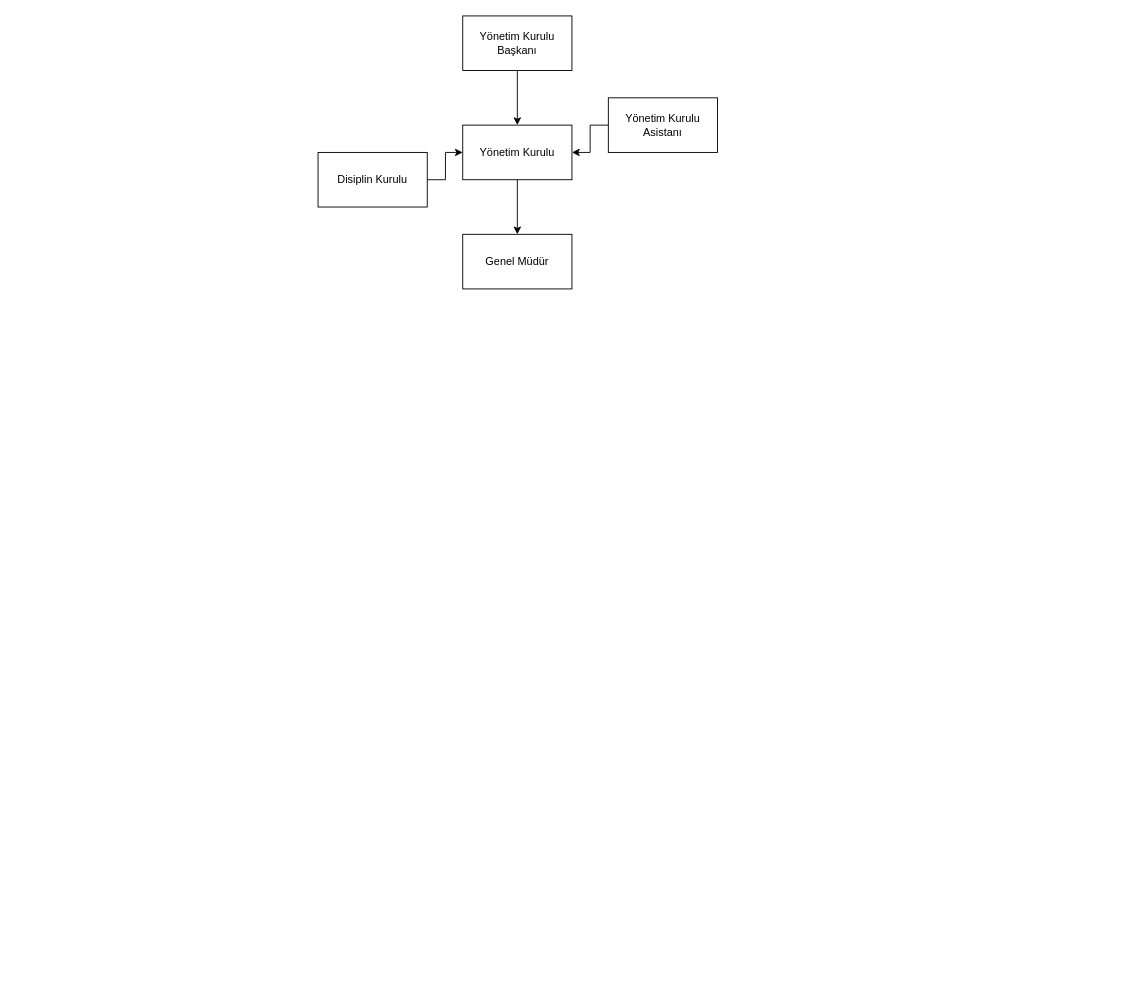
Above: Untitled Diagram.drawio in BugraGulmez/Draw.io (draw.io), before the change. Source tidied: cells renumbered, new cells numbered last; positions are measured from the earlier drawing's top-left corner, leaving out a move shared by most shapes. Both pictures are drawn from the tidied source at 91%, with x=0, y=0 at pixel (318, 15).
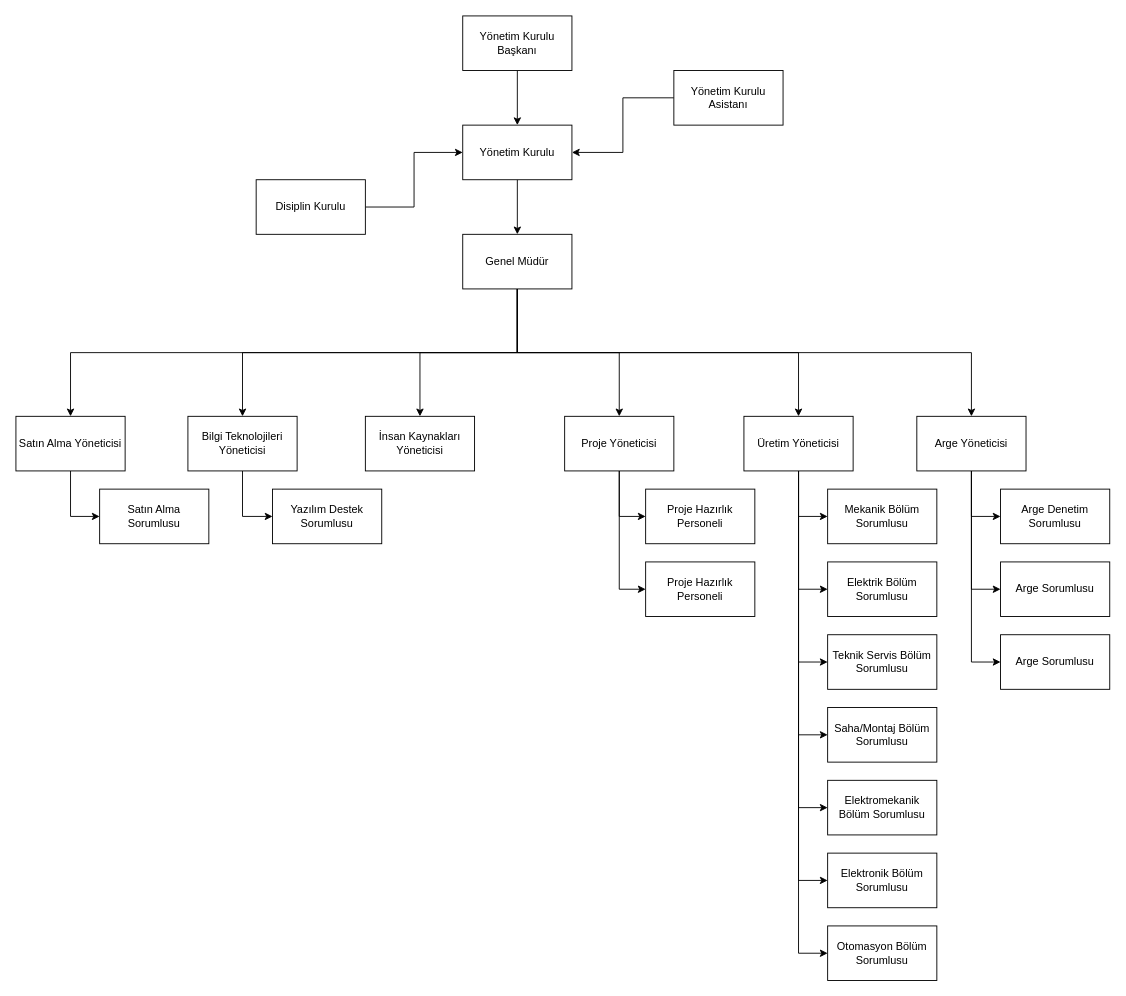
The same diagram, later.

Unchanged cells that the change refers to:
```xml
<mxCell id="10" value="Genel Müdür" style="rounded=0;whiteSpace=wrap;html=1;" parent="1" vertex="1">
  <mxGeometry x="159" y="240" width="120" height="60" as="geometry" />
</mxCell>
```

Diff of the diagram source:
```diff
@@
     <mxCell id="7" value="Disiplin Kurulu" style="rounded=0;whiteSpace=wrap;html=1;" parent="1" vertex="1">
-      <mxGeometry y="150" width="120" height="60" as="geometry" />
+      <mxGeometry x="-68" y="180" width="120" height="60" as="geometry" />
     </mxCell>
@@
     <mxCell id="9" value="Yönetim Kurulu Asistanı" style="rounded=0;whiteSpace=wrap;html=1;" parent="1" vertex="1">
-      <mxGeometry x="319" y="90" width="120" height="60" as="geometry" />
+      <mxGeometry x="391" y="60" width="120" height="60" as="geometry" />
     </mxCell>
+    <mxCell id="11" style="edgeStyle=orthogonalEdgeStyle;rounded=0;jettySize=auto;html=1;entryX=0.5;entryY=0;entryDx=0;entryDy=0;" parent="1" edge="1" source="10" target="35">
+      <mxGeometry relative="1" as="geometry">
+        <Array as="points">
+          <mxPoint x="219" y="370" />
+          <mxPoint x="-272" y="370" />
+        </Array>
+      </mxGeometry>
+    </mxCell>
+    <mxCell id="12" style="edgeStyle=orthogonalEdgeStyle;rounded=0;jettySize=auto;html=1;entryX=0.5;entryY=0;entryDx=0;entryDy=0;" parent="1" edge="1" source="10" target="18">
+      <mxGeometry relative="1" as="geometry">
+        <Array as="points">
+          <mxPoint x="219" y="370" />
+          <mxPoint x="-83" y="370" />
+        </Array>
+      </mxGeometry>
+    </mxCell>
+    <mxCell id="13" style="edgeStyle=orthogonalEdgeStyle;rounded=0;jettySize=auto;html=1;entryX=0.5;entryY=0;entryDx=0;entryDy=0;" parent="1" edge="1" source="10" target="36">
+      <mxGeometry relative="1" as="geometry" />
+    </mxCell>
+    <mxCell id="14" style="edgeStyle=orthogonalEdgeStyle;rounded=0;jettySize=auto;html=1;entryX=0.5;entryY=0;entryDx=0;entryDy=0;" parent="1" edge="1" source="10" target="25">
+      <mxGeometry relative="1" as="geometry" />
+    </mxCell>
+    <mxCell id="15" style="edgeStyle=orthogonalEdgeStyle;rounded=0;jettySize=auto;html=1;entryX=0.5;entryY=0;entryDx=0;entryDy=0;" parent="1" edge="1" source="10" target="33">
+      <mxGeometry relative="1" as="geometry">
+        <Array as="points">
+          <mxPoint x="219" y="370" />
+          <mxPoint x="528" y="370" />
+        </Array>
+      </mxGeometry>
+    </mxCell>
+    <mxCell id="16" style="edgeStyle=orthogonalEdgeStyle;rounded=0;jettySize=auto;html=1;entryX=0.5;entryY=0;entryDx=0;entryDy=0;" parent="1" edge="1" source="10" target="22">
+      <mxGeometry relative="1" as="geometry">
+        <Array as="points">
+          <mxPoint x="219" y="370" />
+          <mxPoint x="718" y="370" />
+        </Array>
+      </mxGeometry>
+    </mxCell>
@@
+    <mxCell id="17" style="edgeStyle=orthogonalEdgeStyle;rounded=0;jettySize=auto;html=1;entryX=0;entryY=0.5;entryDx=0;entryDy=0;" parent="1" edge="1" source="18" target="48">
+      <mxGeometry relative="1" as="geometry" />
+    </mxCell>
+    <mxCell id="18" value="Bilgi Teknolojileri Yöneticisi" style="rounded=0;whiteSpace=wrap;html=1;" parent="1" vertex="1">
+      <mxGeometry x="-143" y="440" width="120" height="60" as="geometry" />
+    </mxCell>
+    <mxCell id="19" style="edgeStyle=orthogonalEdgeStyle;rounded=0;jettySize=auto;html=1;entryX=0;entryY=0.5;entryDx=0;entryDy=0;" parent="1" edge="1" source="22" target="37">
+      <mxGeometry relative="1" as="geometry" />
+    </mxCell>
+    <mxCell id="20" style="edgeStyle=orthogonalEdgeStyle;rounded=0;jettySize=auto;html=1;entryX=0;entryY=0.5;entryDx=0;entryDy=0;" parent="1" edge="1" source="22" target="38">
+      <mxGeometry relative="1" as="geometry" />
+    </mxCell>
+    <mxCell id="21" style="edgeStyle=orthogonalEdgeStyle;rounded=0;jettySize=auto;html=1;entryX=0;entryY=0.5;entryDx=0;entryDy=0;" parent="1" edge="1" source="22" target="39">
+      <mxGeometry relative="1" as="geometry" />
+    </mxCell>
+    <mxCell id="22" value="Arge Yöneticisi" style="rounded=0;whiteSpace=wrap;html=1;" parent="1" vertex="1">
+      <mxGeometry x="658" y="440" width="120" height="60" as="geometry" />
+    </mxCell>
+    <mxCell id="23" style="edgeStyle=orthogonalEdgeStyle;rounded=0;jettySize=auto;html=1;entryX=0;entryY=0.5;entryDx=0;entryDy=0;" parent="1" edge="1" source="25" target="49">
+      <mxGeometry relative="1" as="geometry" />
+    </mxCell>
+    <mxCell id="24" style="edgeStyle=orthogonalEdgeStyle;rounded=0;jettySize=auto;html=1;entryX=0;entryY=0.5;entryDx=0;entryDy=0;" parent="1" edge="1" source="25" target="50">
+      <mxGeometry relative="1" as="geometry" />
+    </mxCell>
+    <mxCell id="25" value="Proje Yöneticisi" style="rounded=0;whiteSpace=wrap;html=1;" parent="1" vertex="1">
+      <mxGeometry x="271" y="440" width="120" height="60" as="geometry" />
+    </mxCell>
+    <mxCell id="26" style="edgeStyle=orthogonalEdgeStyle;rounded=0;jettySize=auto;html=1;entryX=0;entryY=0.5;entryDx=0;entryDy=0;" parent="1" edge="1" source="33" target="40">
+      <mxGeometry relative="1" as="geometry" />
+    </mxCell>
+    <mxCell id="27" style="edgeStyle=orthogonalEdgeStyle;rounded=0;jettySize=auto;html=1;entryX=0;entryY=0.5;entryDx=0;entryDy=0;" parent="1" edge="1" source="33" target="41">
+      <mxGeometry relative="1" as="geometry" />
+    </mxCell>
+    <mxCell id="28" style="edgeStyle=orthogonalEdgeStyle;rounded=0;jettySize=auto;html=1;entryX=0;entryY=0.5;entryDx=0;entryDy=0;" parent="1" edge="1" source="33" target="42">
+      <mxGeometry relative="1" as="geometry" />
+    </mxCell>
+    <mxCell id="29" style="edgeStyle=orthogonalEdgeStyle;rounded=0;jettySize=auto;html=1;entryX=0;entryY=0.5;entryDx=0;entryDy=0;" parent="1" edge="1" source="33" target="44">
+      <mxGeometry relative="1" as="geometry" />
+    </mxCell>
+    <mxCell id="30" style="edgeStyle=orthogonalEdgeStyle;rounded=0;jettySize=auto;html=1;entryX=0;entryY=0.5;entryDx=0;entryDy=0;" parent="1" edge="1" source="33" target="43">
+      <mxGeometry relative="1" as="geometry" />
+    </mxCell>
+    <mxCell id="31" style="edgeStyle=orthogonalEdgeStyle;rounded=0;jettySize=auto;html=1;entryX=0;entryY=0.5;entryDx=0;entryDy=0;" parent="1" edge="1" source="33" target="45">
+      <mxGeometry relative="1" as="geometry" />
+    </mxCell>
+    <mxCell id="32" style="edgeStyle=orthogonalEdgeStyle;rounded=0;jettySize=auto;html=1;entryX=0;entryY=0.5;entryDx=0;entryDy=0;" parent="1" edge="1" source="33" target="46">
+      <mxGeometry relative="1" as="geometry" />
+    </mxCell>
+    <mxCell id="33" value="Üretim Yöneticisi" style="rounded=0;whiteSpace=wrap;html=1;" parent="1" vertex="1">
+      <mxGeometry x="468" y="440" width="120" height="60" as="geometry" />
+    </mxCell>
+    <mxCell id="34" style="edgeStyle=orthogonalEdgeStyle;rounded=0;jettySize=auto;html=1;entryX=0;entryY=0.5;entryDx=0;entryDy=0;" parent="1" edge="1" source="35" target="47">
+      <mxGeometry relative="1" as="geometry" />
+    </mxCell>
+    <mxCell id="35" value="Satın Alma Yöneticisi" style="rounded=0;whiteSpace=wrap;html=1;" parent="1" vertex="1">
+      <mxGeometry x="-332" y="440" width="120" height="60" as="geometry" />
+    </mxCell>
+    <mxCell id="36" value="İnsan Kaynakları Yöneticisi" style="rounded=0;whiteSpace=wrap;html=1;" parent="1" vertex="1">
+      <mxGeometry x="52" y="440" width="120" height="60" as="geometry" />
+    </mxCell>
+    <mxCell id="37" value="Arge Denetim Sorumlusu" style="rounded=0;whiteSpace=wrap;html=1;" parent="1" vertex="1">
+      <mxGeometry x="750" y="520" width="120" height="60" as="geometry" />
+    </mxCell>
+    <mxCell id="38" value="Arge Sorumlusu" style="rounded=0;whiteSpace=wrap;html=1;" parent="1" vertex="1">
+      <mxGeometry x="750" y="600" width="120" height="60" as="geometry" />
+    </mxCell>
+    <mxCell id="39" value="Arge Sorumlusu" style="rounded=0;whiteSpace=wrap;html=1;" parent="1" vertex="1">
+      <mxGeometry x="750" y="680" width="120" height="60" as="geometry" />
+    </mxCell>
+    <mxCell id="40" value="Mekanik Bölüm Sorumlusu" style="rounded=0;whiteSpace=wrap;html=1;" parent="1" vertex="1">
+      <mxGeometry x="560" y="520" width="120" height="60" as="geometry" />
+    </mxCell>
+    <mxCell id="41" value="Elektrik Bölüm Sorumlusu" style="rounded=0;whiteSpace=wrap;html=1;" parent="1" vertex="1">
+      <mxGeometry x="560" y="600" width="120" height="60" as="geometry" />
+    </mxCell>
+    <mxCell id="42" value="Teknik Servis Bölüm Sorumlusu" style="rounded=0;whiteSpace=wrap;html=1;" parent="1" vertex="1">
+      <mxGeometry x="560" y="680" width="120" height="60" as="geometry" />
+    </mxCell>
+    <mxCell id="43" value="Saha/Montaj Bölüm Sorumlusu" style="rounded=0;whiteSpace=wrap;html=1;" parent="1" vertex="1">
+      <mxGeometry x="560" y="760" width="120" height="60" as="geometry" />
+    </mxCell>
+    <mxCell id="44" value="Elektromekanik Bölüm Sorumlusu" style="rounded=0;whiteSpace=wrap;html=1;" parent="1" vertex="1">
+      <mxGeometry x="560" y="840" width="120" height="60" as="geometry" />
+    </mxCell>
+    <mxCell id="45" value="Elektronik Bölüm Sorumlusu" style="rounded=0;whiteSpace=wrap;html=1;" parent="1" vertex="1">
+      <mxGeometry x="560" y="920" width="120" height="60" as="geometry" />
+    </mxCell>
+    <mxCell id="46" value="Otomasyon Bölüm Sorumlusu" style="rounded=0;whiteSpace=wrap;html=1;" parent="1" vertex="1">
+      <mxGeometry x="560" y="1000" width="120" height="60" as="geometry" />
+    </mxCell>
+    <mxCell id="47" value="Satın Alma Sorumlusu" style="rounded=0;whiteSpace=wrap;html=1;" parent="1" vertex="1">
+      <mxGeometry x="-240" y="520" width="120" height="60" as="geometry" />
+    </mxCell>
+    <mxCell id="48" value="Yazılım Destek Sorumlusu" style="rounded=0;whiteSpace=wrap;html=1;" parent="1" vertex="1">
+      <mxGeometry x="-50" y="520" width="120" height="60" as="geometry" />
+    </mxCell>
+    <mxCell id="49" value="Proje Hazırlık Personeli" style="rounded=0;whiteSpace=wrap;html=1;" parent="1" vertex="1">
+      <mxGeometry x="360" y="520" width="120" height="60" as="geometry" />
+    </mxCell>
+    <mxCell id="50" value="Proje Hazırlık Personeli" style="rounded=0;whiteSpace=wrap;html=1;" parent="1" vertex="1">
+      <mxGeometry x="360" y="600" width="120" height="60" as="geometry" />
+    </mxCell>
```
